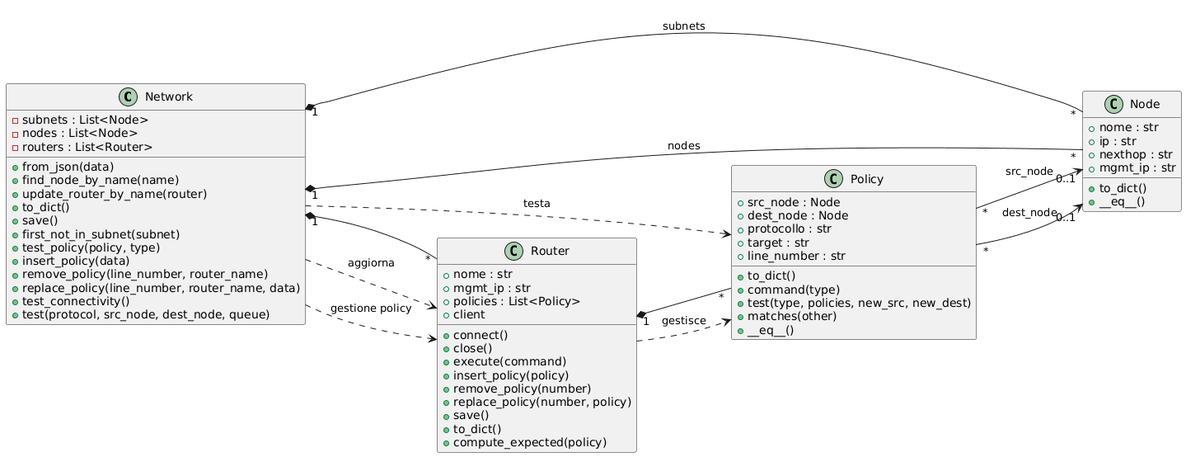
Before: docs/classi.png, a diagram exported from PlantUML (fabio9lf/acl-management-app). Source of this version:
```plantuml
@startuml
left to right direction
class Network {
    - subnets : List<Node>
    - nodes : List<Node>
    - routers : List<Router>

    + from_json(data)
    + find_node_by_name(name)
    + update_router_by_name(router)
    + to_dict()
    + save()
    + first_not_in_subnet(subnet)
    + test_policy(policy, type)
    + insert_policy(data)
    + remove_policy(line_number, router_name)
    + replace_policy(line_number, router_name, data)
    + test_connectivity()
    + test(protocol, src_node, dest_node, queue)
}

class Node {
    + nome : str
    + ip : str
    + nexthop : str
    + mgmt_ip : str

    + to_dict()
    + __eq__()
}

class Policy {
    + src_node : Node
    + dest_node : Node
    + protocollo : str
    + target : str
    + line_number : str

    + to_dict()
    + command(type)
    + test(type, policies, new_src, new_dest)
    + matches(other)
    + __eq__()
}

class Router {
    + nome : str
    + mgmt_ip : str
    + policies : List<Policy>
    + client

    + connect()
    + close()
    + execute(command)
    + insert_policy(policy)
    + remove_policy(number)
    + replace_policy(number, policy)
    + save()
    + to_dict()
    + compute_expected(policy)
}


Network "1" *-- "*" Node : subnets
Network "1" *-- "*" Node : nodes
Network "1" *-- "*" Router

Router "1" *-- "*" Policy

Policy "*" --> "0..1" Node : src_node
Policy "*" --> "0..1" Node : dest_node

Network ..> Policy : testa
Network ..> Router : aggiorna
Network ..> Router : gestione policy
Router ..> Policy : gestisce
@enduml
```
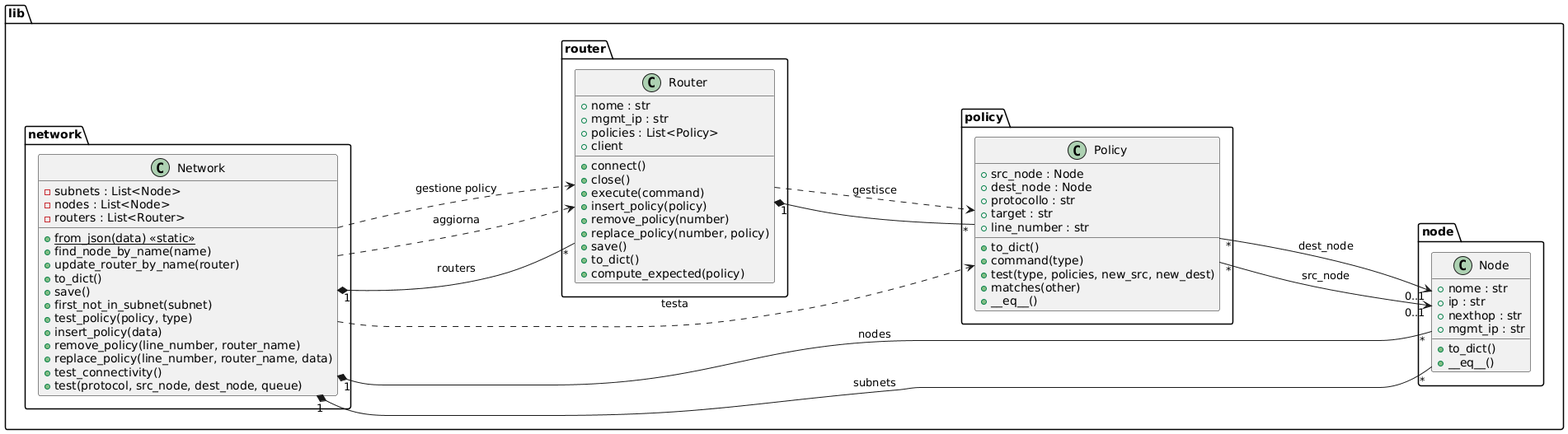
After the change.

Commit message:
modifiche minori

The edit, as a diff of the source:
```diff
@@ -1,11 +1,16 @@
 @startuml
 left to right direction
+skinparam package {
+    Padding 25
+    FontSize 14
+}
+package lib.network{
 class Network {
     - subnets : List<Node>
     - nodes : List<Node>
     - routers : List<Router>
 
-    + from_json(data)
+    + {static} from_json(data) <<static>>
     + find_node_by_name(name)
     + update_router_by_name(router)
     + to_dict()
@@ -18,7 +23,8 @@
     + test_connectivity()
     + test(protocol, src_node, dest_node, queue)
 }
-
+}
+package lib.node{
 class Node {
     + nome : str
     + ip : str
@@ -28,7 +34,8 @@
     + to_dict()
     + __eq__()
 }
-
+}
+package lib.policy{
 class Policy {
     + src_node : Node
     + dest_node : Node
@@ -42,7 +49,8 @@
     + matches(other)
     + __eq__()
 }
-
+}
+package lib.router{
 class Router {
     + nome : str
     + mgmt_ip : str
@@ -59,19 +67,20 @@
     + to_dict()
     + compute_expected(policy)
 }
+}
 
 
-Network "1" *-- "*" Node : subnets
-Network "1" *-- "*" Node : nodes
-Network "1" *-- "*" Router
+Network "1" *---- "*" Node : subnets
+Network "1" *--down-- "*" Node : nodes
+Network "1" *---- "*" Router : routers
 
-Router "1" *-- "*" Policy
+Router "1" *---- "*" Policy
 
-Policy "*" --> "0..1" Node : src_node
-Policy "*" --> "0..1" Node : dest_node
+Policy "*" ----> "0..1" Node : src_node
+Policy "*" ----> "0..1" Node : dest_node
 
-Network ..> Policy : testa
-Network ..> Router : aggiorna
-Network ..> Router : gestione policy
-Router ..> Policy : gestisce
+Network ....> Policy : testa
+Network ....> Router : aggiorna
+Network ....> Router : gestione policy
+Router ....> Policy : gestisce
 @enduml
```
